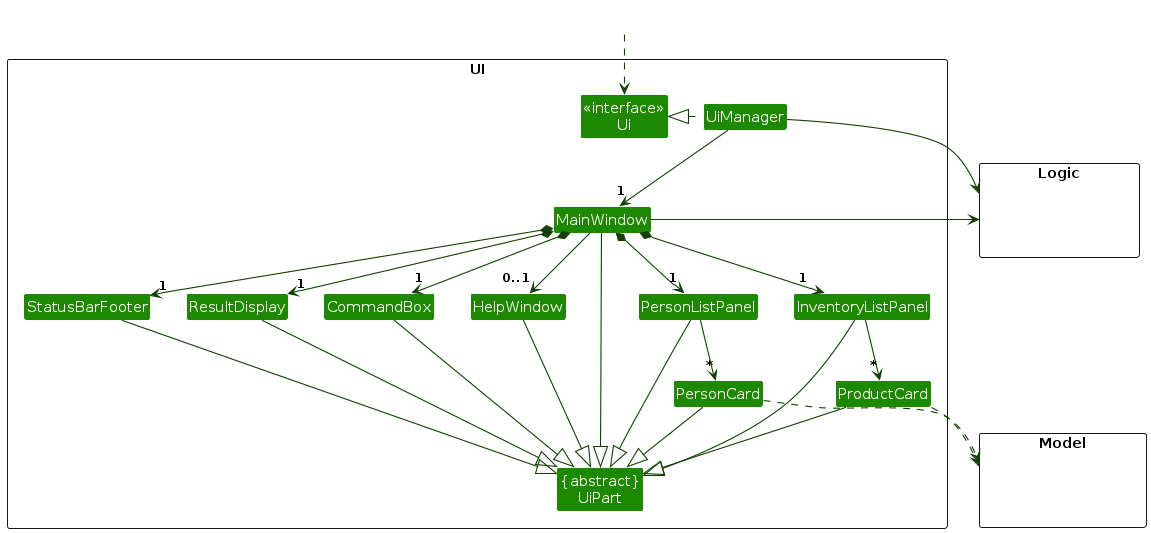
Before: diagrams/UiClassDiagram.png, a diagram exported from PlantUML (jolenechong/tp). Its source is kept beside it as diagrams/UiClassDiagram.puml.
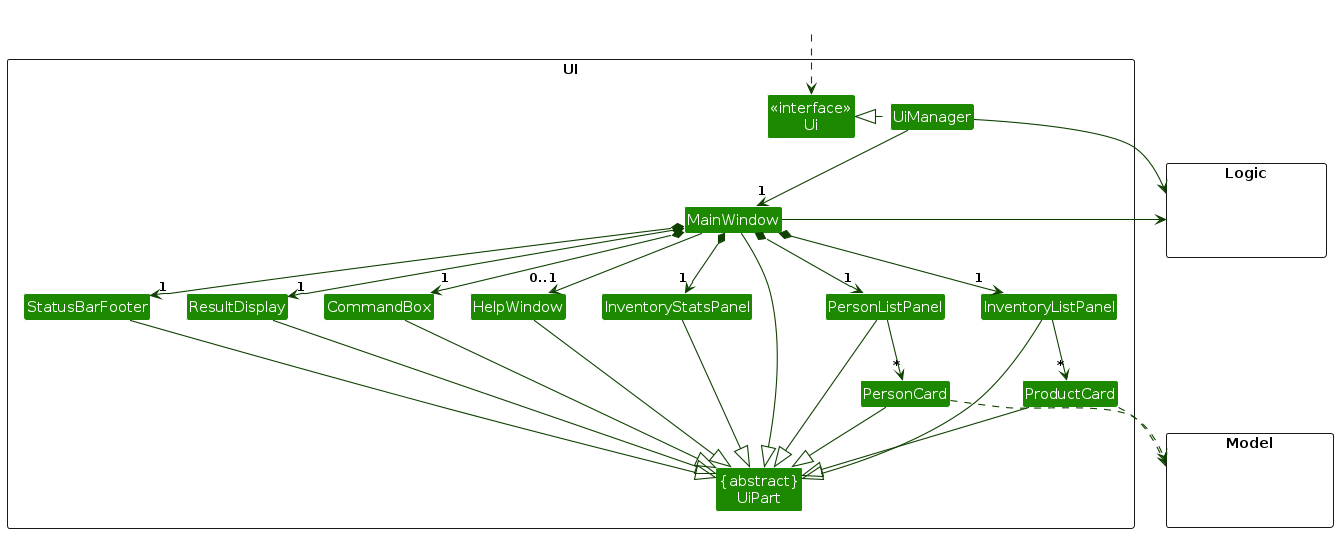
Later version of the same file.

What changed in the source:
```diff
@@ -17,6 +17,7 @@
 Class ProductCard
 Class StatusBarFooter
 Class CommandBox
+Class InventoryStatsPanel
 }
 
 package Model <<Rectangle>> {
@@ -38,6 +39,7 @@
 MainWindow *-down-> "1" InventoryListPanel
 MainWindow *-down-> "1" StatusBarFooter
 MainWindow --> "0..1" HelpWindow
+MainWindow *-down-> "1" InventoryStatsPanel
 
 PersonListPanel -down-> "*" PersonCard
 InventoryListPanel -down-> "*" ProductCard
@@ -52,6 +54,7 @@
 ProductCard --|> UiPart
 StatusBarFooter --|> UiPart
 HelpWindow --|> UiPart
+InventoryStatsPanel --|> UiPart
 
 PersonCard ..> Model
 ProductCard ..> Model
@@ -62,5 +65,6 @@
 HelpWindow -[hidden]left- CommandBox
 CommandBox -[hidden]left- ResultDisplay
 ResultDisplay -[hidden]left- StatusBarFooter
+PersonListPanel -[hidden]left- InventoryStatsPanel
 
 @enduml
```
